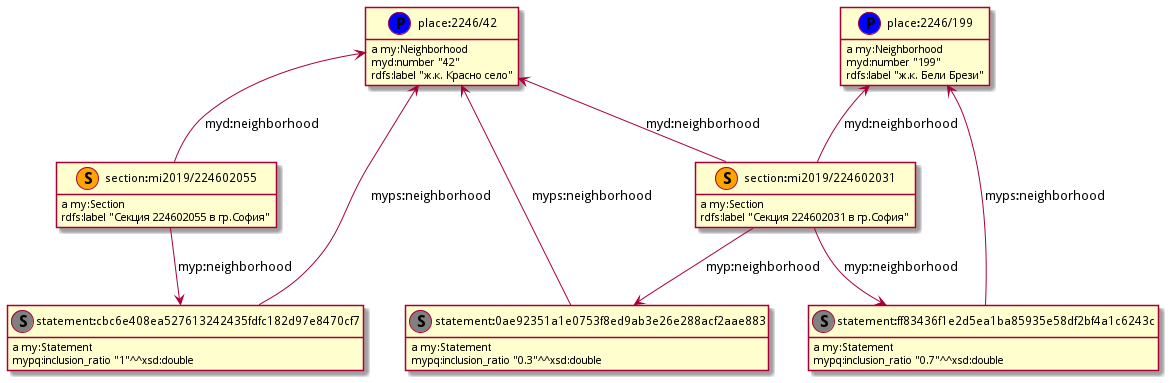
Before: model/neighborhoods_overlap.png, a diagram exported from PlantUML (nikolatulechki/semanticElections). The source it was exported from:
```plantuml
@startuml
hide empty methods
hide empty attributes
hide circle
skinparam classAttributeIconSize 0
class section_mi2019_224602031 as "section:mi2019/224602031"
class section_mi2019_224602031 <<(S,orange)>>
show section_mi2019_224602031 circle
class section_mi2019_224602055 as "section:mi2019/224602055"
class section_mi2019_224602055 <<(S,orange)>>
show section_mi2019_224602055 circle
class statement_0ae92351a1e0753f8ed9ab3e26e288acf2aae883 as "statement:0ae92351a1e0753f8ed9ab3e26e288acf2aae883"
class statement_0ae92351a1e0753f8ed9ab3e26e288acf2aae883 <<(S,gray)>>
show statement_0ae92351a1e0753f8ed9ab3e26e288acf2aae883 circle
class statement_ff83436f1e2d5ea1ba85935e58df2bf4a1c6243c as "statement:ff83436f1e2d5ea1ba85935e58df2bf4a1c6243c"
class statement_ff83436f1e2d5ea1ba85935e58df2bf4a1c6243c <<(S,gray)>>
show statement_ff83436f1e2d5ea1ba85935e58df2bf4a1c6243c circle
class statement_cbc6e408ea527613242435fdfc182d97e8470cf7 as "statement:cbc6e408ea527613242435fdfc182d97e8470cf7"
class statement_cbc6e408ea527613242435fdfc182d97e8470cf7 <<(S,gray)>>
show statement_cbc6e408ea527613242435fdfc182d97e8470cf7 circle
class place_2246_42 as "place:2246/42"
class place_2246_42 <<(P,blue)>>
show place_2246_42 circle
class place_2246_199 as "place:2246/199"
class place_2246_199 <<(P,blue)>>
show place_2246_199 circle
statement_0ae92351a1e0753f8ed9ab3e26e288acf2aae883 : a my:Statement
statement_0ae92351a1e0753f8ed9ab3e26e288acf2aae883 -up-> place_2246_42 : myps:neighborhood
statement_0ae92351a1e0753f8ed9ab3e26e288acf2aae883 : mypq:inclusion_ratio "0.3"^^xsd:double
statement_ff83436f1e2d5ea1ba85935e58df2bf4a1c6243c : a my:Statement
statement_ff83436f1e2d5ea1ba85935e58df2bf4a1c6243c -up-> place_2246_199 : myps:neighborhood
statement_ff83436f1e2d5ea1ba85935e58df2bf4a1c6243c : mypq:inclusion_ratio "0.7"^^xsd:double
section_mi2019_224602031 : a my:Section
section_mi2019_224602031 -down-> statement_ff83436f1e2d5ea1ba85935e58df2bf4a1c6243c : myp:neighborhood
section_mi2019_224602031 -down-> statement_0ae92351a1e0753f8ed9ab3e26e288acf2aae883 : myp:neighborhood
section_mi2019_224602031 -up-> place_2246_199 : myd:neighborhood
section_mi2019_224602031 -up-> place_2246_42 : myd:neighborhood
section_mi2019_224602031 : rdfs:label "Секция 224602031 в гр.София"
place_2246_42 : a my:Neighborhood
place_2246_42 : myd:number "42"
place_2246_42 : rdfs:label "ж.к. Красно село"
statement_cbc6e408ea527613242435fdfc182d97e8470cf7 : a my:Statement
statement_cbc6e408ea527613242435fdfc182d97e8470cf7 -up-> place_2246_42 : myps:neighborhood
statement_cbc6e408ea527613242435fdfc182d97e8470cf7 : mypq:inclusion_ratio "1"^^xsd:double
section_mi2019_224602055 : a my:Section
section_mi2019_224602055 -down-> statement_cbc6e408ea527613242435fdfc182d97e8470cf7 : myp:neighborhood
section_mi2019_224602055 -up-> place_2246_42 : myd:neighborhood
section_mi2019_224602055 : rdfs:label "Секция 224602055 в гр.София"
place_2246_199 : a my:Neighborhood
place_2246_199 : myd:number "199"
place_2246_199 : rdfs:label "ж.к. Бели Брези"
@enduml
```
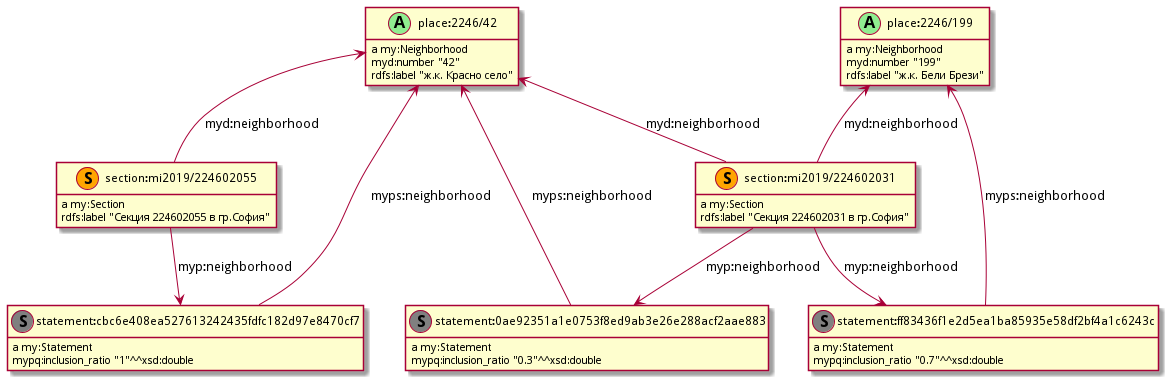
The same file after the commit.

What changed in the source:
```diff
@@ -9,6 +9,12 @@
 class section_mi2019_224602055 as "section:mi2019/224602055"
 class section_mi2019_224602055 <<(S,orange)>>
 show section_mi2019_224602055 circle
+class place_2246_42 as "place:2246/42"
+class place_2246_42 <<(A,lightgreen)>>
+show place_2246_42 circle
+class place_2246_199 as "place:2246/199"
+class place_2246_199 <<(A,lightgreen)>>
+show place_2246_199 circle
 class statement_0ae92351a1e0753f8ed9ab3e26e288acf2aae883 as "statement:0ae92351a1e0753f8ed9ab3e26e288acf2aae883"
 class statement_0ae92351a1e0753f8ed9ab3e26e288acf2aae883 <<(S,gray)>>
 show statement_0ae92351a1e0753f8ed9ab3e26e288acf2aae883 circle
@@ -18,34 +24,28 @@
 class statement_cbc6e408ea527613242435fdfc182d97e8470cf7 as "statement:cbc6e408ea527613242435fdfc182d97e8470cf7"
 class statement_cbc6e408ea527613242435fdfc182d97e8470cf7 <<(S,gray)>>
 show statement_cbc6e408ea527613242435fdfc182d97e8470cf7 circle
-class place_2246_42 as "place:2246/42"
-class place_2246_42 <<(P,blue)>>
-show place_2246_42 circle
-class place_2246_199 as "place:2246/199"
-class place_2246_199 <<(P,blue)>>
-show place_2246_199 circle
+statement_cbc6e408ea527613242435fdfc182d97e8470cf7 : a my:Statement
+statement_cbc6e408ea527613242435fdfc182d97e8470cf7 -up-> place_2246_42 : myps:neighborhood
+statement_cbc6e408ea527613242435fdfc182d97e8470cf7 : mypq:inclusion_ratio "1"^^xsd:double
+section_mi2019_224602055 : a my:Section
+section_mi2019_224602055 -up-> place_2246_42 : myd:neighborhood
+section_mi2019_224602055 -down-> statement_cbc6e408ea527613242435fdfc182d97e8470cf7 : myp:neighborhood
+section_mi2019_224602055 : rdfs:label "Секция 224602055 в гр.София"
+statement_ff83436f1e2d5ea1ba85935e58df2bf4a1c6243c : a my:Statement
+statement_ff83436f1e2d5ea1ba85935e58df2bf4a1c6243c -up-> place_2246_199 : myps:neighborhood
+statement_ff83436f1e2d5ea1ba85935e58df2bf4a1c6243c : mypq:inclusion_ratio "0.7"^^xsd:double
 statement_0ae92351a1e0753f8ed9ab3e26e288acf2aae883 : a my:Statement
 statement_0ae92351a1e0753f8ed9ab3e26e288acf2aae883 -up-> place_2246_42 : myps:neighborhood
 statement_0ae92351a1e0753f8ed9ab3e26e288acf2aae883 : mypq:inclusion_ratio "0.3"^^xsd:double
-statement_ff83436f1e2d5ea1ba85935e58df2bf4a1c6243c : a my:Statement
-statement_ff83436f1e2d5ea1ba85935e58df2bf4a1c6243c -up-> place_2246_199 : myps:neighborhood
-statement_ff83436f1e2d5ea1ba85935e58df2bf4a1c6243c : mypq:inclusion_ratio "0.7"^^xsd:double
 section_mi2019_224602031 : a my:Section
 section_mi2019_224602031 -down-> statement_ff83436f1e2d5ea1ba85935e58df2bf4a1c6243c : myp:neighborhood
-section_mi2019_224602031 -down-> statement_0ae92351a1e0753f8ed9ab3e26e288acf2aae883 : myp:neighborhood
 section_mi2019_224602031 -up-> place_2246_199 : myd:neighborhood
 section_mi2019_224602031 -up-> place_2246_42 : myd:neighborhood
+section_mi2019_224602031 -down-> statement_0ae92351a1e0753f8ed9ab3e26e288acf2aae883 : myp:neighborhood
 section_mi2019_224602031 : rdfs:label "Секция 224602031 в гр.София"
 place_2246_42 : a my:Neighborhood
 place_2246_42 : myd:number "42"
 place_2246_42 : rdfs:label "ж.к. Красно село"
-statement_cbc6e408ea527613242435fdfc182d97e8470cf7 : a my:Statement
-statement_cbc6e408ea527613242435fdfc182d97e8470cf7 -up-> place_2246_42 : myps:neighborhood
-statement_cbc6e408ea527613242435fdfc182d97e8470cf7 : mypq:inclusion_ratio "1"^^xsd:double
-section_mi2019_224602055 : a my:Section
-section_mi2019_224602055 -down-> statement_cbc6e408ea527613242435fdfc182d97e8470cf7 : myp:neighborhood
-section_mi2019_224602055 -up-> place_2246_42 : myd:neighborhood
-section_mi2019_224602055 : rdfs:label "Секция 224602055 в гр.София"
 place_2246_199 : a my:Neighborhood
 place_2246_199 : myd:number "199"
 place_2246_199 : rdfs:label "ж.к. Бели Брези"
```
